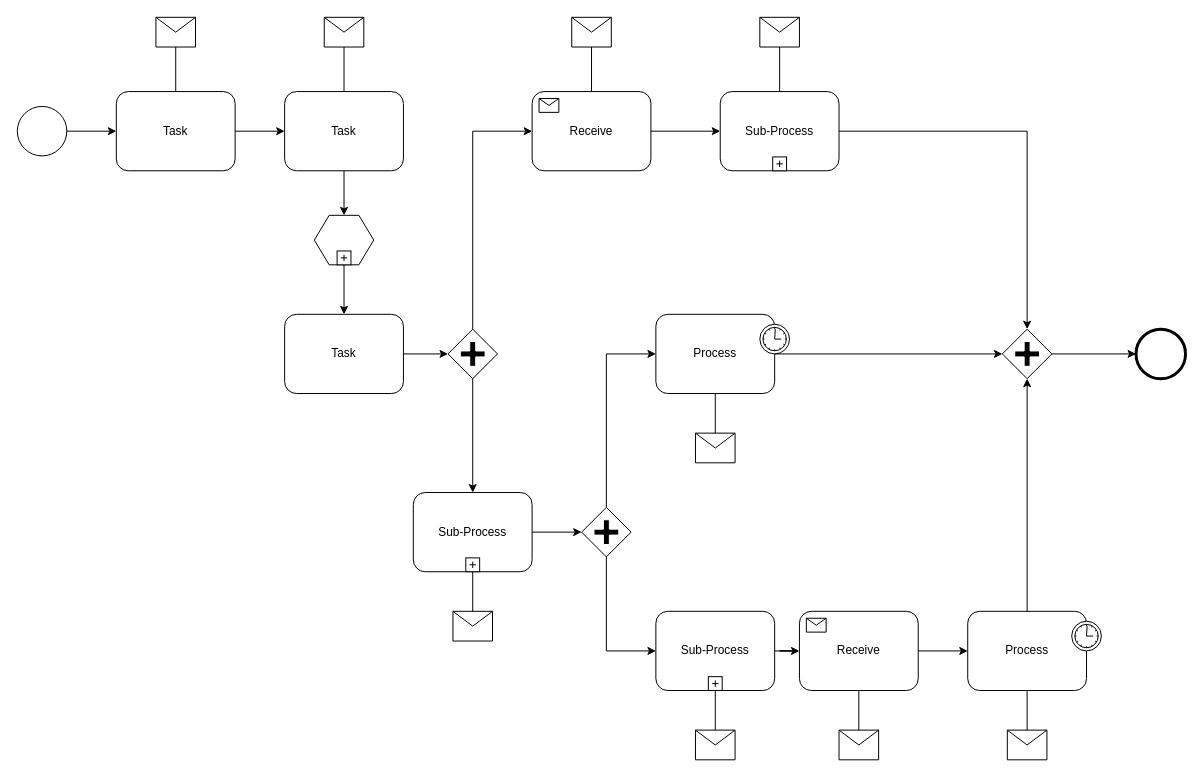
Earlier version of the draw.io diagram 제목 없는 다이어그램.drawio (Sunhyeok11/diagrams). Source tidied: cells renumbered, new cells numbered last; positions are measured from the earlier drawing's top-left corner, leaving out a move shared by most shapes. Both pictures are drawn from the tidied source at 99%, with x=0, y=0 at pixel (17, 17).
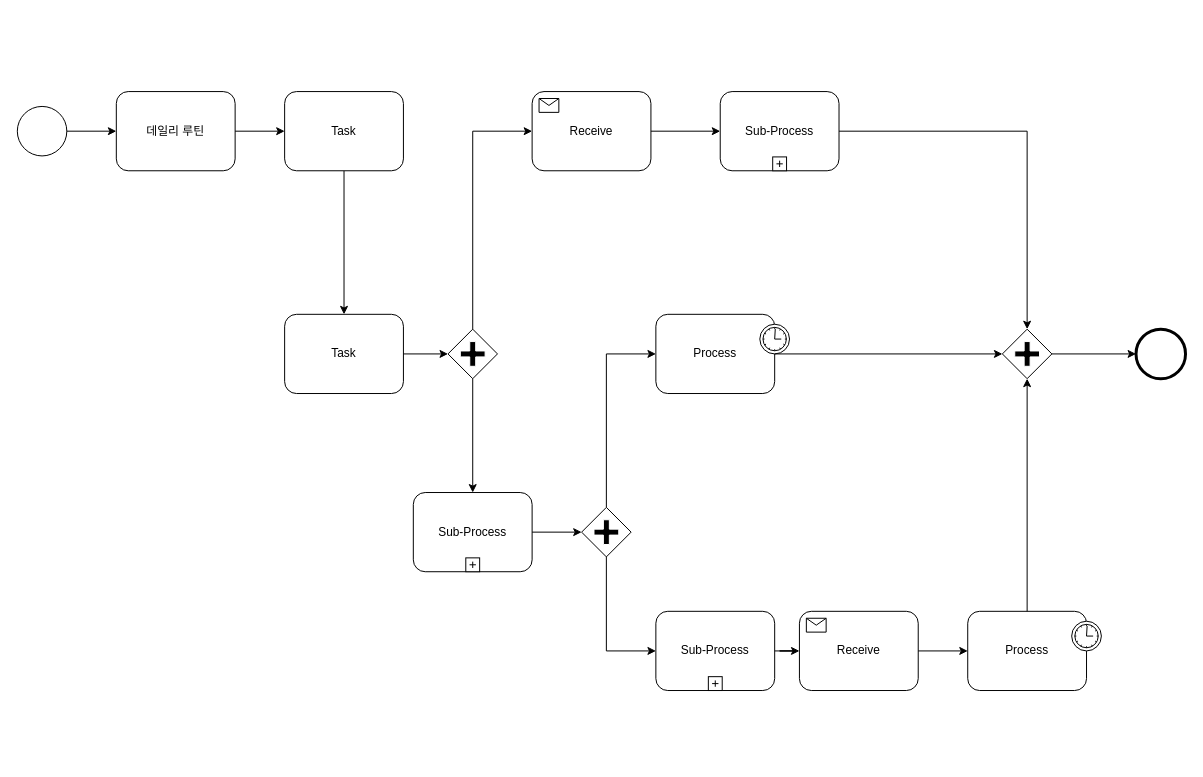
Above is the later version.

The change refers to these unchanged cells:
```xml
<mxCell id="4" value="Task" style="shape=ext;rounded=1;html=1;whiteSpace=wrap;" parent="1" vertex="1">
  <mxGeometry x="270" y="75" width="120" height="80" as="geometry" />
</mxCell>
<mxCell id="9" value="Task" style="shape=ext;rounded=1;html=1;whiteSpace=wrap;" parent="1" vertex="1">
  <mxGeometry x="270" y="300" width="120" height="80" as="geometry" />
</mxCell>
<mxCell id="11" value="Sub-Process" style="html=1;whiteSpace=wrap;rounded=1;" parent="1" vertex="1">
  <mxGeometry x="710" y="75" width="120" height="80" as="geometry" />
</mxCell>
<mxCell id="13" value="Receive" style="html=1;whiteSpace=wrap;rounded=1;" parent="1" vertex="1">
  <mxGeometry x="520" y="75" width="120" height="80" as="geometry" />
</mxCell>
<mxCell id="15" value="Process" style="html=1;whiteSpace=wrap;rounded=1;" parent="1" vertex="1">
  <mxGeometry x="645" y="300" width="120" height="80" as="geometry" />
</mxCell>
<mxCell id="17" value="Process" style="html=1;whiteSpace=wrap;rounded=1;" parent="1" vertex="1">
  <mxGeometry x="960" y="600" width="120" height="80" as="geometry" />
</mxCell>
<mxCell id="19" value="Receive" style="html=1;whiteSpace=wrap;rounded=1;" parent="1" vertex="1">
  <mxGeometry x="790" y="600" width="120" height="80" as="geometry" />
</mxCell>
<mxCell id="21" value="Sub-Process" style="html=1;whiteSpace=wrap;rounded=1;" parent="1" vertex="1">
  <mxGeometry x="645" y="600" width="120" height="80" as="geometry" />
</mxCell>
<mxCell id="27" value="Sub-Process" style="html=1;whiteSpace=wrap;rounded=1;" parent="1" vertex="1">
  <mxGeometry x="400" y="480" width="120" height="80" as="geometry" />
</mxCell>
```

What changed in the source:
```diff
@@
-    <mxCell id="3" value="Task" style="shape=ext;rounded=1;html=1;whiteSpace=wrap;" parent="1" vertex="1">
+    <mxCell id="3" value="데일리 루틴" style="shape=ext;rounded=1;html=1;whiteSpace=wrap;" parent="1" vertex="1">
       <mxGeometry x="100" y="75" width="120" height="80" as="geometry" />
     </mxCell>
+    <mxCell id="61" style="edgeStyle=orthogonalEdgeStyle;rounded=0;jettySize=auto;html=1;entryX=0.5;entryY=0;entryDx=0;entryDy=0;" parent="1" edge="1" source="4" target="9">
+      <mxGeometry relative="1" as="geometry" />
+    </mxCell>
@@
-    <mxCell id="5" style="shape=message;whiteSpace=wrap;html=1;" parent="1" vertex="1">
-      <mxGeometry x="140" width="40" height="30" as="geometry" />
-    </mxCell>
-    <mxCell id="6" style="shape=message;whiteSpace=wrap;html=1;" parent="1" vertex="1">
-      <mxGeometry x="310" width="40" height="30" as="geometry" />
-    </mxCell>
-    <mxCell id="7" style="shape=hexagon;whiteSpace=wrap;html=1;perimeter=hexagonPerimeter;" parent="1" vertex="1">
-      <mxGeometry x="300" y="200" width="60" height="50" as="geometry" />
-    </mxCell>
-    <mxCell id="8" style="html=1;shape=plus;" parent="7" vertex="1">
-      <mxGeometry x="0.5" y="1" width="14" height="14" relative="1" as="geometry">
-        <mxPoint x="-7" y="-14" as="offset" />
-      </mxGeometry>
-    </mxCell>
@@
-    <mxCell id="25" style="shape=message;whiteSpace=wrap;html=1;" parent="1" vertex="1">
-      <mxGeometry x="560" width="40" height="30" as="geometry" />
-    </mxCell>
-    <mxCell id="26" style="shape=message;whiteSpace=wrap;html=1;" parent="1" vertex="1">
-      <mxGeometry x="750" width="40" height="30" as="geometry" />
-    </mxCell>
@@
-    <mxCell id="29" style="shape=message;whiteSpace=wrap;html=1;" parent="1" vertex="1">
-      <mxGeometry x="440" y="600" width="40" height="30" as="geometry" />
-    </mxCell>
-    <mxCell id="30" style="shape=message;whiteSpace=wrap;html=1;" parent="1" vertex="1">
-      <mxGeometry x="830" y="720" width="40" height="30" as="geometry" />
-    </mxCell>
-    <mxCell id="31" style="shape=message;whiteSpace=wrap;html=1;" parent="1" vertex="1">
-      <mxGeometry x="1000" y="720" width="40" height="30" as="geometry" />
-    </mxCell>
-    <mxCell id="32" style="shape=message;whiteSpace=wrap;html=1;" parent="1" vertex="1">
-      <mxGeometry x="685" y="720" width="40" height="30" as="geometry" />
-    </mxCell>
-    <mxCell id="33" style="shape=message;whiteSpace=wrap;html=1;" parent="1" vertex="1">
-      <mxGeometry x="685" y="420" width="40" height="30" as="geometry" />
-    </mxCell>
@@
-    <mxCell id="35" style="edgeStyle=orthogonalEdgeStyle;rounded=0;html=1;jettySize=auto;endArrow=none;endFill=0;" parent="1" edge="1" source="5" target="3">
-      <mxGeometry relative="1" as="geometry" />
-    </mxCell>
-    <mxCell id="36" style="edgeStyle=orthogonalEdgeStyle;rounded=0;html=1;jettySize=auto;endArrow=none;endFill=0;" parent="1" edge="1" source="6" target="4">
-      <mxGeometry relative="1" as="geometry" />
-    </mxCell>
@@
-    <mxCell id="39" style="edgeStyle=orthogonalEdgeStyle;rounded=0;html=1;jettySize=auto;endArrow=none;endFill=0;" parent="1" edge="1" source="25" target="13">
-      <mxGeometry relative="1" as="geometry" />
-    </mxCell>
-    <mxCell id="40" style="edgeStyle=orthogonalEdgeStyle;rounded=0;html=1;jettySize=auto;endArrow=none;endFill=0;" parent="1" edge="1" source="26" target="11">
-      <mxGeometry relative="1" as="geometry" />
-    </mxCell>
@@
-    <mxCell id="45" style="edgeStyle=orthogonalEdgeStyle;rounded=0;html=1;jettySize=auto;" parent="1" edge="1" source="4" target="7">
-      <mxGeometry relative="1" as="geometry" />
-    </mxCell>
-    <mxCell id="46" style="edgeStyle=orthogonalEdgeStyle;rounded=0;html=1;jettySize=auto;" parent="1" edge="1" source="7" target="9">
-      <mxGeometry relative="1" as="geometry" />
-    </mxCell>
@@
-    <mxCell id="50" style="edgeStyle=orthogonalEdgeStyle;rounded=0;html=1;jettySize=auto;endArrow=none;endFill=0;" parent="1" edge="1" source="29" target="27">
-      <mxGeometry relative="1" as="geometry" />
-    </mxCell>
@@
-    <mxCell id="54" style="edgeStyle=orthogonalEdgeStyle;rounded=0;html=1;jettySize=auto;endArrow=none;endFill=0;" parent="1" edge="1" source="33" target="15">
-      <mxGeometry relative="1" as="geometry" />
-    </mxCell>
@@
-    <mxCell id="57" style="edgeStyle=orthogonalEdgeStyle;rounded=0;html=1;jettySize=auto;endArrow=none;endFill=0;" parent="1" edge="1" source="32" target="21">
-      <mxGeometry relative="1" as="geometry" />
-    </mxCell>
-    <mxCell id="58" style="edgeStyle=orthogonalEdgeStyle;rounded=0;html=1;jettySize=auto;endArrow=none;endFill=0;" parent="1" edge="1" source="30" target="19">
-      <mxGeometry relative="1" as="geometry" />
-    </mxCell>
-    <mxCell id="59" style="edgeStyle=orthogonalEdgeStyle;rounded=0;html=1;jettySize=auto;endArrow=none;endFill=0;" parent="1" edge="1" source="31" target="17">
-      <mxGeometry relative="1" as="geometry" />
-    </mxCell>
```
